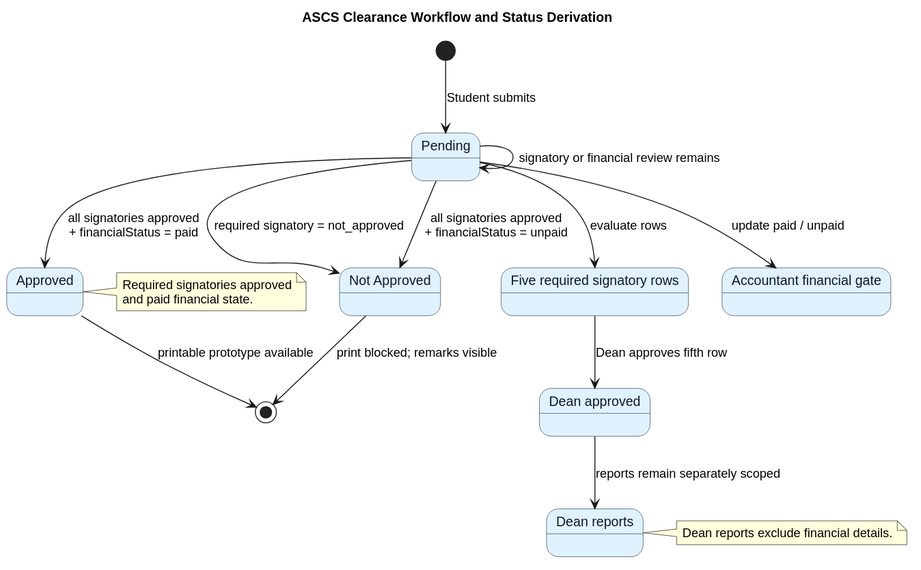
Above: docs/diagrams/svg/05-clearance-workflow.svg in lucifron28/ascs (PlantUML), before the change.
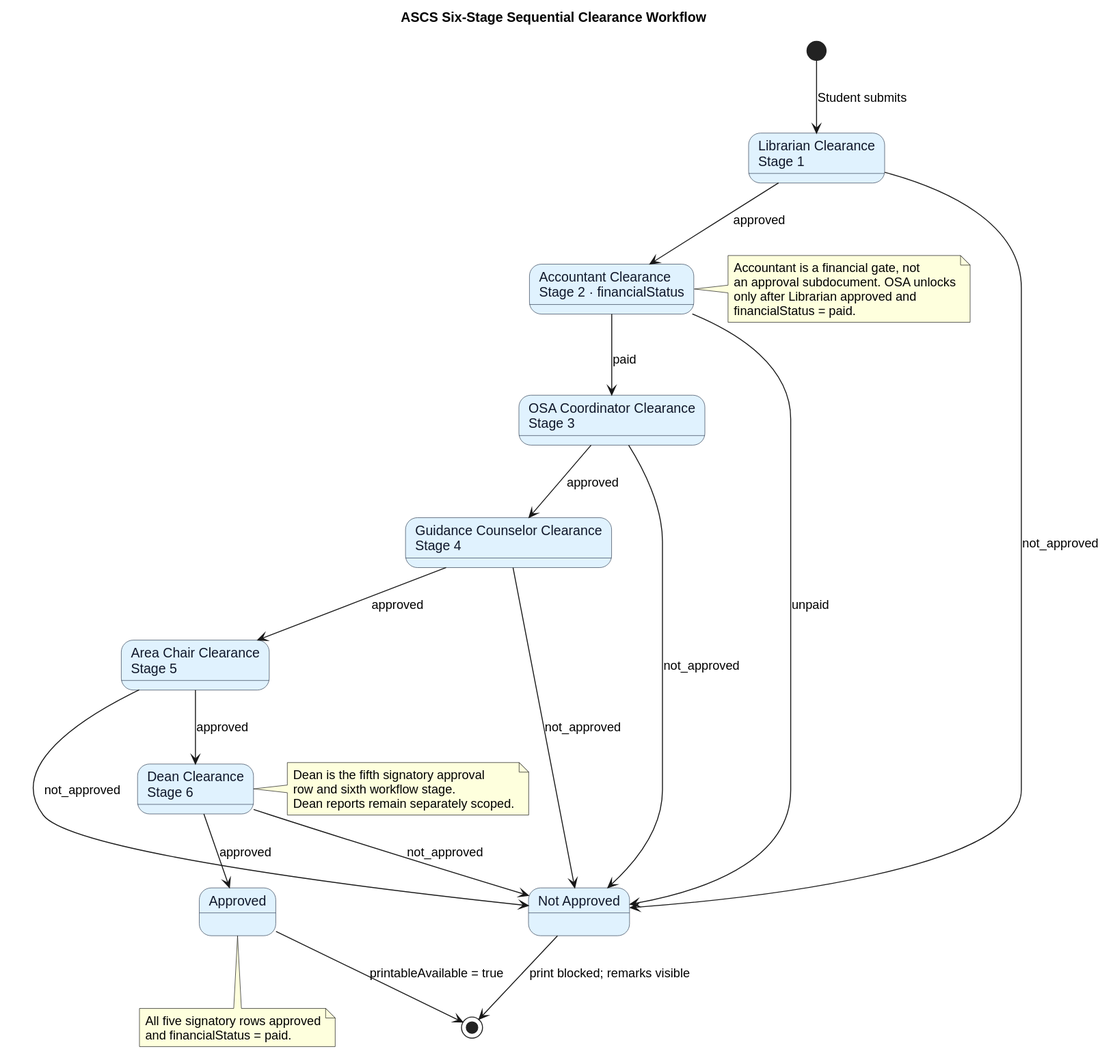
Above is the later version.

The edit, as a diff of the source:
```diff
@@ -1,5 +1,5 @@
 @startuml
-title ASCS Clearance Workflow and Status Derivation
+title ASCS Six-Stage Sequential Clearance Workflow
 top to bottom direction
 skinparam shadowing false
 skinparam defaultFontName Arial
@@ -9,35 +9,47 @@
   FontColor #0F172A
 }
 
-[*] --> Pending : Student submits
-Pending --> Pending : signatory or financial review remains
-Pending --> NotApproved : required signatory = not_approved
-Pending --> NotApproved : all signatories approved\n+ financialStatus = unpaid
-Pending --> Approved : all signatories approved\n+ financialStatus = paid
+[*] --> Librarian : Student submits
+Librarian --> Accountant : approved
+Librarian --> NotApproved : not_approved
+Accountant --> OSA : paid
+Accountant --> NotApproved : unpaid
+OSA --> Guidance : approved
+OSA --> NotApproved : not_approved
+Guidance --> AreaChair : approved
+Guidance --> NotApproved : not_approved
+AreaChair --> Dean : approved
+AreaChair --> NotApproved : not_approved
+Dean --> Approved : approved
+Dean --> NotApproved : not_approved
 
+state "Librarian Clearance\nStage 1" as Librarian
+state "Accountant Clearance\nStage 2 · financialStatus" as Accountant
+state "OSA Coordinator Clearance\nStage 3" as OSA
+state "Guidance Counselor Clearance\nStage 4" as Guidance
+state "Area Chair Clearance\nStage 5" as AreaChair
+state "Dean Clearance\nStage 6" as Dean
 state Approved
-state Pending
 state "Not Approved" as NotApproved
 
-Approved --> [*] : printable prototype available
+Approved --> [*] : printableAvailable = true
 NotApproved --> [*] : print blocked; remarks visible
 
-state "Five required signatory rows" as Signatories
-state "Accountant financial gate" as Financial
-state "Dean approved" as DeanGate
-state "Dean reports" as DeanReports
-
-Pending --> Signatories : evaluate rows
-Pending --> Financial : update paid / unpaid
-Signatories --> DeanGate : Dean approves fifth row
-DeanGate --> DeanReports : reports remain separately scoped
-
-note right of DeanReports
-Dean reports exclude financial details.
+note right of Accountant
+Accountant is a financial gate, not
+an approval subdocument. OSA unlocks
+only after Librarian approved and
+financialStatus = paid.
 end note
 
-note right of Approved
-Required signatories approved
-and paid financial state.
+note right of Dean
+Dean is the fifth signatory approval
+row and sixth workflow stage.
+Dean reports remain separately scoped.
+end note
+
+note bottom of Approved
+All five signatory rows approved
+and financialStatus = paid.
 end note
 @enduml
```
